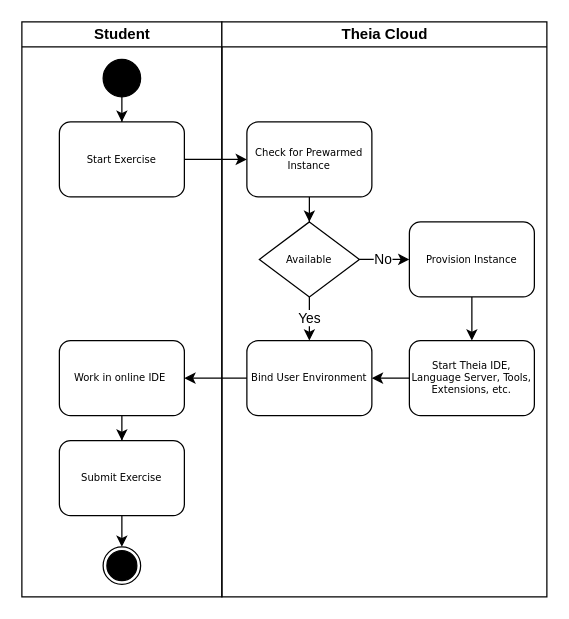
This is figures/activity-diagram.drawio from lukaskratzel/ba, a draw.io file, before an edit. Source tidied: cells renumbered, new cells numbered last; positions are measured from the earlier drawing's top-left corner, leaving out a move shared by most shapes. Both pictures are drawn from the tidied source at 125%, with x=0, y=0 at pixel (21, 21).
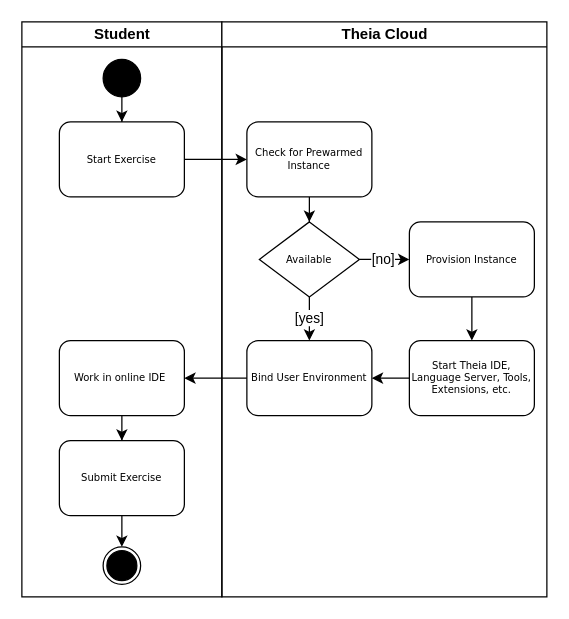
Above is the later version.

Unchanged cells that the change refers to:
```xml
<mxCell id="11" value="Theia Cloud" style="swimlane;html=1;startSize=20;" parent="1" vertex="1">
  <mxGeometry x="160" width="260" height="460" as="geometry" />
</mxCell>
<mxCell id="18" style="edgeStyle=orthogonalEdgeStyle;rounded=0;jettySize=auto;html=1;entryX=0;entryY=0.5;entryDx=0;entryDy=0;" parent="11" edge="1" source="20" target="23">
  <mxGeometry relative="1" as="geometry" />
</mxCell>
<mxCell id="20" value="Available" style="rhombus;whiteSpace=wrap;html=1;rounded=0;shadow=0;labelBackgroundColor=none;strokeWidth=1;fontFamily=Verdana;fontSize=8;align=center;" parent="11" vertex="1">
  <mxGeometry x="30" y="160" width="80" height="60" as="geometry" />
</mxCell>
<mxCell id="21" value="Bind User Environment" style="rounded=1;whiteSpace=wrap;html=1;shadow=0;labelBackgroundColor=none;strokeWidth=1;fontFamily=Verdana;fontSize=8;align=center;" parent="11" vertex="1">
  <mxGeometry x="20" y="255" width="100" height="60" as="geometry" />
</mxCell>
```

What changed in the source:
```diff
@@
-    <mxCell id="17" value="Yes" style="edgeStyle=orthogonalEdgeStyle;rounded=0;jettySize=auto;html=1;entryX=0.5;entryY=0;entryDx=0;entryDy=0;" parent="11" edge="1" source="20" target="21">
+    <mxCell id="17" value="[yes]" style="edgeStyle=orthogonalEdgeStyle;rounded=0;jettySize=auto;html=1;entryX=0.5;entryY=0;entryDx=0;entryDy=0;" parent="11" edge="1" source="20" target="21">
       <mxGeometry relative="1" as="geometry" />
     </mxCell>
@@
-    <mxCell id="19" value="No" style="edgeLabel;html=1;align=center;verticalAlign=middle;" parent="18" vertex="1">
+    <mxCell id="19" value="[no]" style="edgeLabel;html=1;align=center;verticalAlign=middle;" parent="18" vertex="1">
       <mxGeometry x="-0.1" y="1" relative="1" as="geometry" />
     </mxCell>
```
